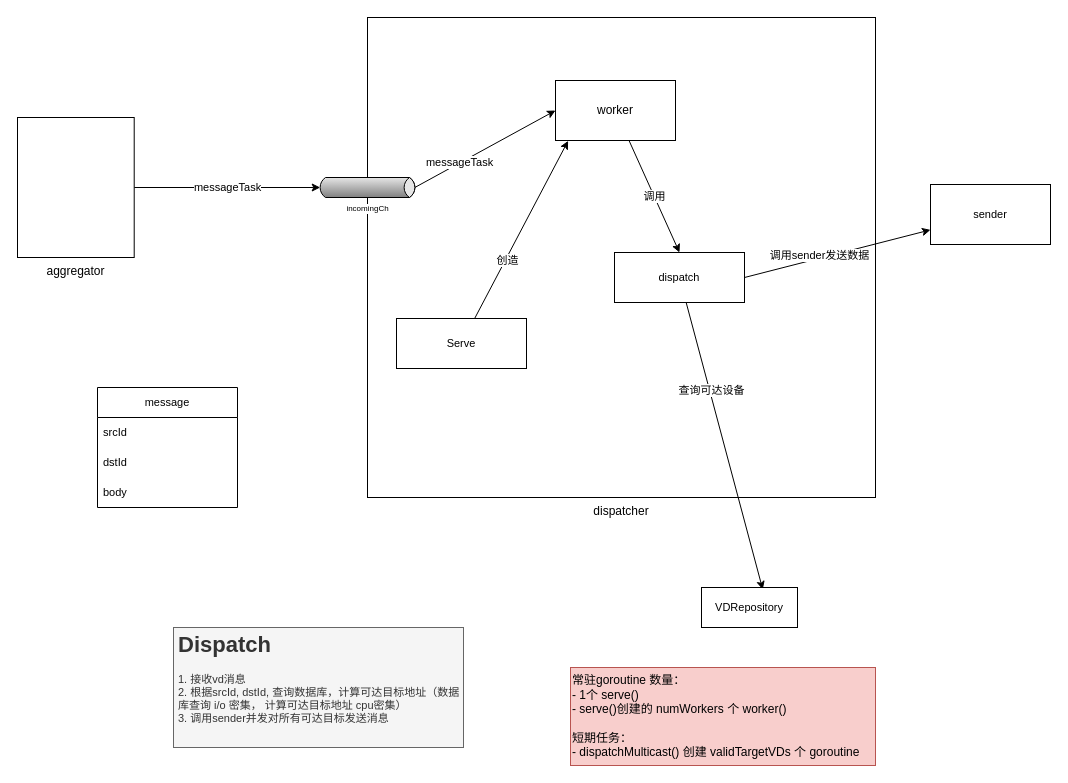
Above: page "dispatcher" (2 of 4) of vds图示.drawio in AOisUsed/vds (draw.io), before the change. Source tidied: cells renumbered, new cells numbered last; positions are measured from the earlier drawing's top-left corner, leaving out a move shared by most shapes. Both pictures are drawn from the tidied source at 100%, with x=0, y=0 at pixel (17, 17).
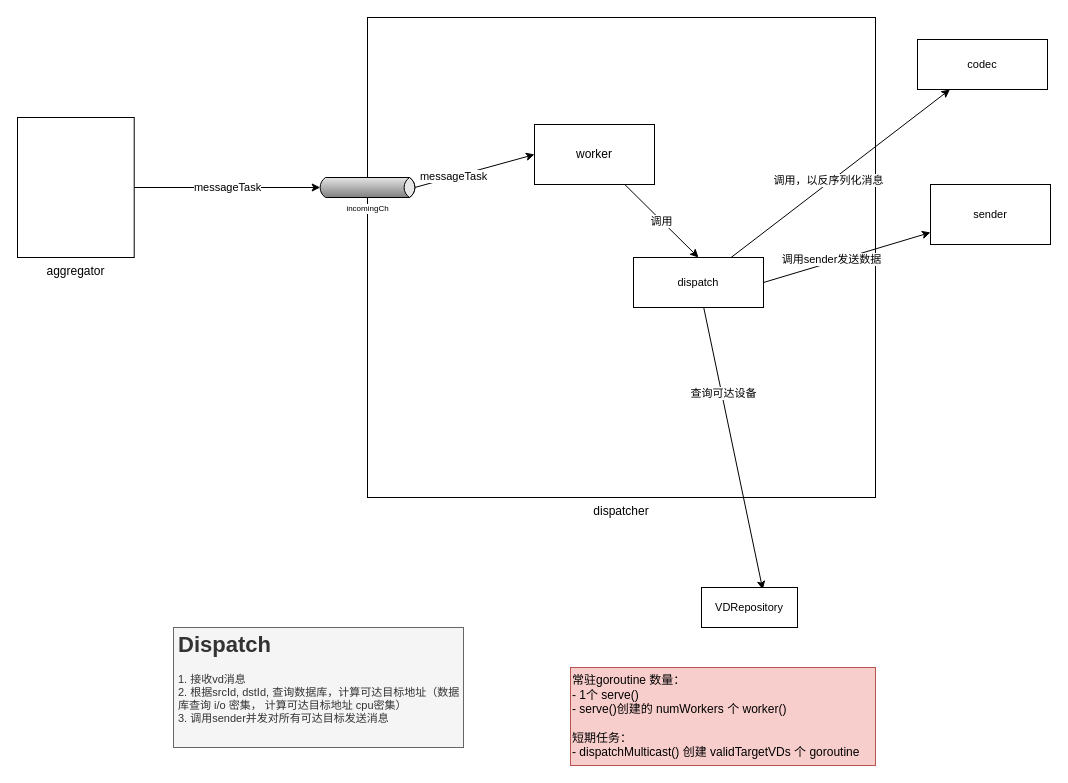
Above is the later version.

Change to the diagram source:
```diff
@@
-    <mxCell id="5" value="message" style="swimlane;fontStyle=0;horizontal=1;startSize=30;whiteSpace=wrap;html=1;fontFamily=Helvetica;fontSize=11;fontColor=default;" parent="1" vertex="1">
-      <mxGeometry x="80" y="370" width="140" height="120" as="geometry" />
-    </mxCell>
-    <mxCell id="6" value="srcId" style="text;strokeColor=none;fillColor=none;align=left;verticalAlign=middle;spacingLeft=4;spacingRight=4;overflow=hidden;whiteSpace=wrap;html=1;fontSize=11;fontFamily=Helvetica;fontColor=default;" parent="5" vertex="1">
-      <mxGeometry y="30" width="140" height="30" as="geometry" />
-    </mxCell>
-    <mxCell id="7" value="dstId" style="text;strokeColor=none;fillColor=none;align=left;verticalAlign=middle;spacingLeft=4;spacingRight=4;overflow=hidden;whiteSpace=wrap;html=1;fontSize=11;fontFamily=Helvetica;fontColor=default;" parent="5" vertex="1">
-      <mxGeometry y="60" width="140" height="30" as="geometry" />
-    </mxCell>
-    <mxCell id="8" value="body" style="text;strokeColor=none;fillColor=none;align=left;verticalAlign=middle;spacingLeft=4;spacingRight=4;overflow=hidden;whiteSpace=wrap;html=1;fontSize=11;fontFamily=Helvetica;fontColor=default;" parent="5" vertex="1">
-      <mxGeometry y="90" width="140" height="30" as="geometry" />
-    </mxCell>
@@
-    <mxCell id="12" style="edgeStyle=none;shape=connector;rounded=0;jettySize=auto;html=1;labelBackgroundColor=default;strokeColor=default;align=center;verticalAlign=middle;fontFamily=Helvetica;fontSize=11;fontColor=default;endArrow=classic;entryX=0.105;entryY=1.006;entryDx=0;entryDy=0;entryPerimeter=0;" parent="1" edge="1" source="14" target="25">
-      <mxGeometry relative="1" as="geometry" />
-    </mxCell>
-    <mxCell id="13" value="创造" style="edgeLabel;html=1;align=center;verticalAlign=middle;fontSize=11;fontFamily=Helvetica;fontColor=default;" parent="12" vertex="1">
-      <mxGeometry x="-0.33" y="-1" relative="1" as="geometry" />
-    </mxCell>
-    <mxCell id="14" value="Serve" style="rounded=0;whiteSpace=wrap;html=1;fontFamily=Helvetica;fontSize=11;fontColor=default;" parent="1" vertex="1">
-      <mxGeometry x="379" y="301" width="130" height="50" as="geometry" />
-    </mxCell>
@@
+    <mxCell id="26" style="rounded=0;jettySize=auto;html=1;" parent="1" edge="1" source="21" target="28">
+      <mxGeometry relative="1" as="geometry" />
+    </mxCell>
+    <mxCell id="27" value="调用，以反序列化消息" style="edgeLabel;html=1;align=center;verticalAlign=middle;" parent="26" vertex="1">
+      <mxGeometry x="-0.1" y="2" relative="1" as="geometry" />
+    </mxCell>
     <mxCell id="21" value="dispatch" style="rounded=0;whiteSpace=wrap;html=1;fontFamily=Helvetica;fontSize=11;fontColor=default;" parent="1" vertex="1">
-      <mxGeometry x="597" y="235" width="130" height="50" as="geometry" />
+      <mxGeometry x="616" y="240" width="130" height="50" as="geometry" />
     </mxCell>
@@
     <mxCell id="25" value="worker" style="rounded=0;whiteSpace=wrap;html=1;" parent="1" vertex="1">
-      <mxGeometry x="538" y="63" width="120" height="60" as="geometry" />
+      <mxGeometry x="517" y="107" width="120" height="60" as="geometry" />
     </mxCell>
+    <mxCell id="28" value="codec" style="rounded=0;whiteSpace=wrap;html=1;fontFamily=Helvetica;fontSize=11;fontColor=default;" parent="1" vertex="1">
+      <mxGeometry x="900" y="22" width="130" height="50" as="geometry" />
+    </mxCell>
```
